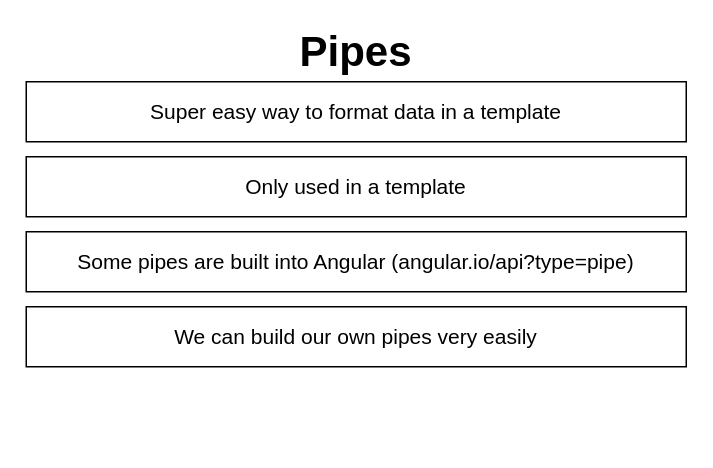
Above: diagrams/pipes/diagrams.drawio in StephenGrider/ng-casts (draw.io), before the change. Source tidied: cells renumbered, new cells numbered last; positions are measured from the earlier drawing's top-left corner, leaving out a move shared by most shapes. Both pictures are drawn from the tidied source at 150%, with x=0, y=0 at pixel (26, 36).
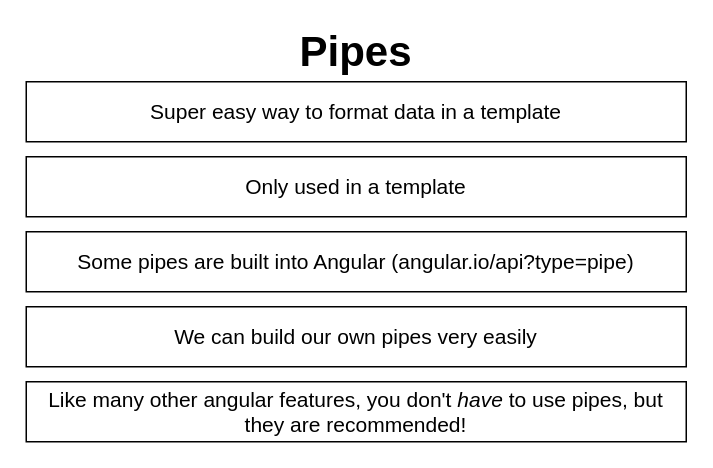
The same diagram, later.

What changed in the source:
```diff
@@
 <mxGraphModel>
   <root>
     <mxCell id="0" />
     <mxCell id="1" parent="0" />
     <mxCell id="2" value="&lt;b style=&quot;font-size: 28px;&quot;&gt;Pipes&lt;/b&gt;" style="text;html=1;strokeColor=none;fillColor=none;align=center;verticalAlign=middle;whiteSpace=wrap;rounded=0;fontSize=28;" parent="1" vertex="1">
       <mxGeometry x="200" width="40" height="20" as="geometry" />
     </mxCell>
     <mxCell id="3" value="Super easy way to format data in a template" style="rounded=0;whiteSpace=wrap;html=1;fontSize=14;" parent="1" vertex="1">
       <mxGeometry y="30" width="440" height="40" as="geometry" />
     </mxCell>
     <mxCell id="4" value="Only used in a template" style="rounded=0;whiteSpace=wrap;html=1;fontSize=14;" parent="1" vertex="1">
       <mxGeometry y="80" width="440" height="40" as="geometry" />
     </mxCell>
     <mxCell id="5" value="Some pipes are built into Angular (angular.io/api?type=pipe)" style="rounded=0;whiteSpace=wrap;html=1;fontSize=14;" parent="1" vertex="1">
       <mxGeometry y="130" width="440" height="40" as="geometry" />
     </mxCell>
     <mxCell id="6" value="We can build our own pipes very easily" style="rounded=0;whiteSpace=wrap;html=1;fontSize=14;" parent="1" vertex="1">
       <mxGeometry y="180" width="440" height="40" as="geometry" />
     </mxCell>
+    <mxCell id="7" value="Like many other angular features, you don't &lt;i&gt;have&lt;/i&gt;&amp;nbsp;to use pipes, but they are recommended!" style="rounded=0;whiteSpace=wrap;html=1;fontSize=14;" parent="1" vertex="1">
+      <mxGeometry y="230" width="440" height="40" as="geometry" />
+    </mxCell>
   </root>
 </mxGraphModel>
```
